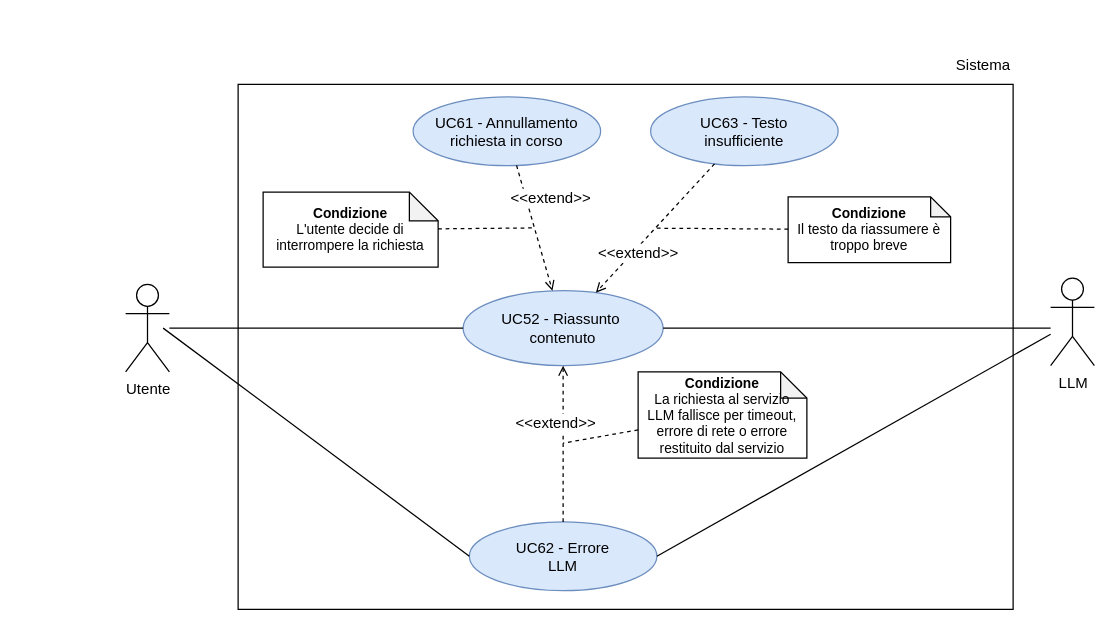
Earlier version of the draw.io diagram RTB/doc_esterna/analisi-dei-requisiti/assets/draw.io/UC52.drawio (thebitless-group-swe/thebitless.github.io). Source tidied: cells renumbered, new cells numbered last; positions are measured from the earlier drawing's top-left corner, leaving out a move shared by most shapes. Both pictures are drawn from the tidied source at 125%, with x=0, y=0 at pixel (125, 46).
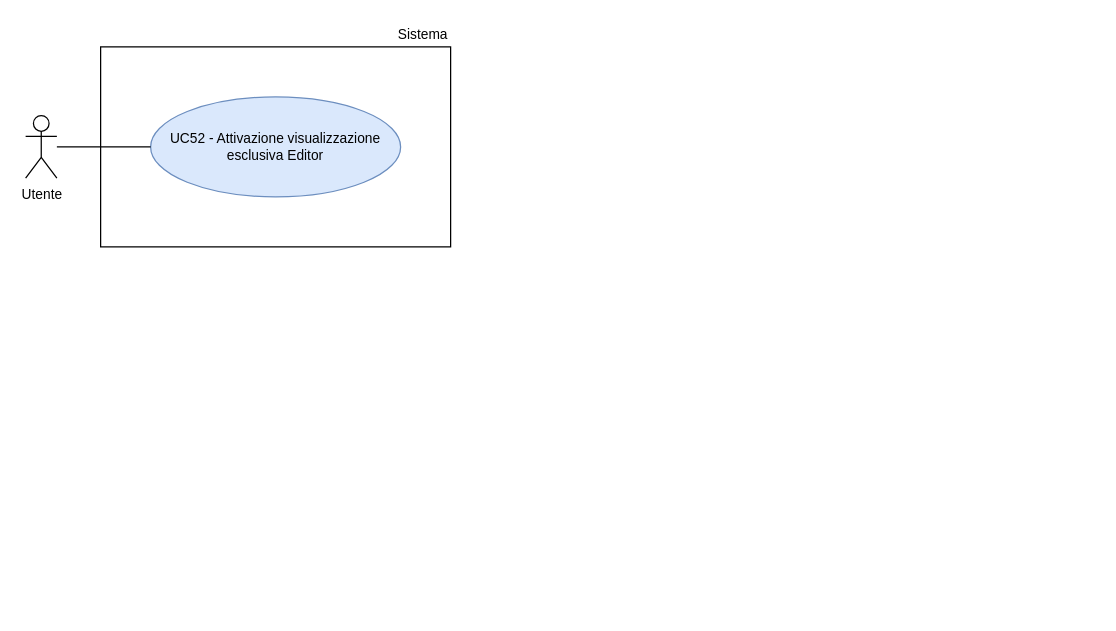
The same page after the edit.

Change to the diagram source:
```diff
@@
-    <mxCell id="2" value="&lt;font&gt;Utente&lt;/font&gt;" style="shape=umlActor;verticalLabelPosition=bottom;verticalAlign=top;html=1;outlineConnect=0;fontSize=12;" parent="1" vertex="1">
-      <mxGeometry y="190" width="35" height="70" as="geometry" />
+    <mxCell id="2" value="Utente" style="shape=umlActor;verticalLabelPosition=bottom;verticalAlign=top;html=1;outlineConnect=0;fontSize=11;" parent="1" vertex="1">
+      <mxGeometry x="-80" y="55" width="25" height="50" as="geometry" />
     </mxCell>
-    <mxCell id="3" style="rounded=0;whiteSpace=wrap;html=1;strokeWidth=1;fontSize=12;" parent="1" vertex="1">
-      <mxGeometry x="90" y="30" width="620" height="420" as="geometry" />
-    </mxCell>
+    <mxCell id="26" style="rounded=0;whiteSpace=wrap;html=1;strokeWidth=1;" parent="1" vertex="1">
+      <mxGeometry x="-20" width="280" height="160" as="geometry" />
+    </mxCell>
-    <mxCell id="4" value="&lt;font&gt;Sistema&lt;/font&gt;" style="text;html=1;whiteSpace=wrap;strokeColor=none;fillColor=none;align=right;verticalAlign=middle;fontSize=12;" parent="1" vertex="1">
-      <mxGeometry x="640" width="70" height="30" as="geometry" />
+    <mxCell id="4" value="Sistema" style="text;html=1;whiteSpace=wrap;strokeColor=none;fillColor=none;align=right;verticalAlign=middle;fontSize=11;" parent="1" vertex="1">
+      <mxGeometry x="190" y="-20" width="70" height="20" as="geometry" />
     </mxCell>
-    <mxCell id="5" value="&lt;font&gt;UC52 - Riassunto&amp;nbsp;&lt;/font&gt;&lt;div&gt;&lt;font&gt;contenuto&lt;/font&gt;&lt;/div&gt;" style="ellipse;whiteSpace=wrap;html=1;fillColor=#dae8fc;strokeColor=#6c8ebf;fontSize=12;" parent="1" vertex="1">
-      <mxGeometry x="270" y="195" width="160" height="60" as="geometry" />
-    </mxCell>
-    <mxCell id="6" value="&lt;font&gt;UC61 - Annullamento&lt;br&gt;richiesta in corso&lt;/font&gt;" style="ellipse;whiteSpace=wrap;html=1;fillColor=#dae8fc;strokeColor=#6c8ebf;fontSize=12;" parent="1" vertex="1">
-      <mxGeometry x="230" y="40" width="150" height="55" as="geometry" />
-    </mxCell>
-    <mxCell id="7" value="&lt;font&gt;UC62 - Errore&lt;br&gt;LLM&lt;/font&gt;" style="ellipse;whiteSpace=wrap;html=1;fillColor=#dae8fc;strokeColor=#6c8ebf;fontSize=12;" parent="1" vertex="1">
-      <mxGeometry x="275" y="380" width="150" height="55" as="geometry" />
-    </mxCell>
-    <mxCell id="8" value="&lt;font&gt;UC63 - Testo&lt;br&gt;insufficiente&lt;/font&gt;" style="ellipse;whiteSpace=wrap;html=1;fillColor=#dae8fc;strokeColor=#6c8ebf;fontSize=12;" parent="1" vertex="1">
-      <mxGeometry x="420" y="40" width="150" height="55" as="geometry" />
-    </mxCell>
-    <mxCell id="9" style="edgeStyle=none;rounded=0;jettySize=auto;html=1;endArrow=none;endFill=0;fontSize=12;" parent="1" edge="1" source="2" target="5">
-      <mxGeometry relative="1" as="geometry" />
-    </mxCell>
-    <mxCell id="10" style="edgeStyle=none;rounded=0;jettySize=auto;html=1;endArrow=none;endFill=0;fontSize=12;" parent="1" edge="1" source="5">
-      <mxGeometry relative="1" as="geometry">
-        <mxPoint x="740" y="225" as="targetPoint" />
-      </mxGeometry>
-    </mxCell>
-    <mxCell id="11" style="dashed=1;endArrow=open;endFill=0;html=1;rounded=0;fontSize=12;" parent="1" edge="1" source="6" target="5">
-      <mxGeometry relative="1" as="geometry" />
-    </mxCell>
-    <mxCell id="12" value="&lt;font&gt;&amp;lt;&amp;lt;extend&amp;gt;&amp;gt;&lt;/font&gt;" style="edgeLabel;html=1;align=center;verticalAlign=middle;fontSize=12;" parent="11" vertex="1">
-      <mxGeometry x="-0.05" y="-1" relative="1" as="geometry">
-        <mxPoint x="14" y="-23" as="offset" />
-      </mxGeometry>
-    </mxCell>
-    <mxCell id="13" style="dashed=1;endArrow=open;endFill=0;html=1;rounded=0;fontSize=12;" parent="1" edge="1" source="7" target="5">
-      <mxGeometry relative="1" as="geometry" />
-    </mxCell>
-    <mxCell id="14" value="&lt;font&gt;&amp;lt;&amp;lt;&lt;/font&gt;&lt;font&gt;extend&lt;/font&gt;&lt;font&gt;&amp;gt;&amp;gt;&lt;/font&gt;" style="edgeLabel;html=1;align=center;verticalAlign=middle;fontSize=12;" parent="13" vertex="1">
-      <mxGeometry x="-0.05" y="-1" relative="1" as="geometry">
-        <mxPoint x="-8" y="-21" as="offset" />
-      </mxGeometry>
-    </mxCell>
-    <mxCell id="15" style="dashed=1;endArrow=open;endFill=0;html=1;rounded=0;fontSize=12;" parent="1" edge="1" source="8" target="5">
-      <mxGeometry relative="1" as="geometry" />
-    </mxCell>
-    <mxCell id="16" value="&lt;font&gt;&amp;lt;&amp;lt;extend&amp;gt;&amp;gt;&lt;/font&gt;" style="edgeLabel;html=1;align=center;verticalAlign=middle;fontSize=12;" parent="15" vertex="1">
-      <mxGeometry x="-0.05" y="1" relative="1" as="geometry">
-        <mxPoint x="-17" y="21" as="offset" />
-      </mxGeometry>
-    </mxCell>
-    <mxCell id="17" value="&lt;b&gt;Condizione&lt;/b&gt;&lt;br&gt;L'utente decide di interrompere la richiesta" style="shape=note;whiteSpace=wrap;html=1;backgroundOutline=1;darkOpacity=0.05;fontSize=11;align=center;verticalAlign=middle;spacing=6;size=23;" parent="1" vertex="1">
-      <mxGeometry x="110" y="116.2" width="140" height="60" as="geometry" />
-    </mxCell>
-    <mxCell id="18" value="&lt;b&gt;Condizione&lt;/b&gt;&lt;br&gt;&lt;div&gt;La richiesta al servizio LLM fallisce per timeout, errore di rete o errore restituito dal servizio&lt;/div&gt;" style="shape=note;whiteSpace=wrap;html=1;backgroundOutline=1;darkOpacity=0.05;fontSize=11;align=center;verticalAlign=middle;spacing=6;size=21;" parent="1" vertex="1">
-      <mxGeometry x="410" y="260" width="135" height="69" as="geometry" />
-    </mxCell>
-    <mxCell id="19" value="&lt;b&gt;Condizione&lt;/b&gt;&lt;br&gt;Il testo da riassumere è troppo breve" style="shape=note;whiteSpace=wrap;html=1;backgroundOutline=1;darkOpacity=0.05;fontSize=11;align=center;verticalAlign=middle;spacing=6;size=16;" parent="1" vertex="1">
-      <mxGeometry x="530" y="120" width="130" height="52.5" as="geometry" />
-    </mxCell>
-    <mxCell id="20" style="dashed=1;endArrow=none;html=1;rounded=0;strokeWidth=1;fontSize=12;" parent="1" edge="1" source="17" target="11">
-      <mxGeometry relative="1" as="geometry" />
-    </mxCell>
-    <mxCell id="21" style="dashed=1;endArrow=none;html=1;rounded=0;strokeWidth=1;fontSize=12;" parent="1" edge="1" source="18" target="13">
-      <mxGeometry relative="1" as="geometry" />
-    </mxCell>
-    <mxCell id="22" style="dashed=1;endArrow=none;html=1;rounded=0;strokeWidth=1;fontSize=12;" parent="1" edge="1" source="19" target="15">
-      <mxGeometry relative="1" as="geometry" />
-    </mxCell>
-    <mxCell id="23" value="&lt;font&gt;LLM&lt;/font&gt;" style="shape=umlActor;verticalLabelPosition=bottom;verticalAlign=top;html=1;outlineConnect=0;fontSize=12;" parent="1" vertex="1">
-      <mxGeometry x="740" y="185" width="35" height="70" as="geometry" />
-    </mxCell>
-    <mxCell id="24" style="edgeStyle=none;rounded=0;jettySize=auto;html=1;endArrow=none;endFill=0;entryX=0;entryY=0.5;entryDx=0;entryDy=0;fontSize=12;" parent="1" edge="1" target="7">
-      <mxGeometry relative="1" as="geometry">
-        <mxPoint x="30" y="225" as="sourcePoint" />
-      </mxGeometry>
-    </mxCell>
-    <mxCell id="25" style="edgeStyle=none;rounded=0;jettySize=auto;html=1;endArrow=none;endFill=0;exitX=1;exitY=0.5;exitDx=0;exitDy=0;fontSize=12;" parent="1" edge="1" source="7" target="23">
-      <mxGeometry relative="1" as="geometry" />
-    </mxCell>
+    <mxCell id="27" value="UC52 - Attivazione visualizzazione esclusiva Editor" style="ellipse;whiteSpace=wrap;html=1;fillColor=#dae8fc;strokeColor=#6c8ebf;fontSize=11;" parent="1" vertex="1">
+      <mxGeometry x="20" y="40" width="200" height="80" as="geometry" />
+    </mxCell>
+    <mxCell id="28" style="edgeStyle=none;rounded=0;jettySize=auto;html=1;endArrow=none;endFill=0;" parent="1" edge="1" source="2" target="27">
+      <mxGeometry relative="1" as="geometry" />
+    </mxCell>
```
